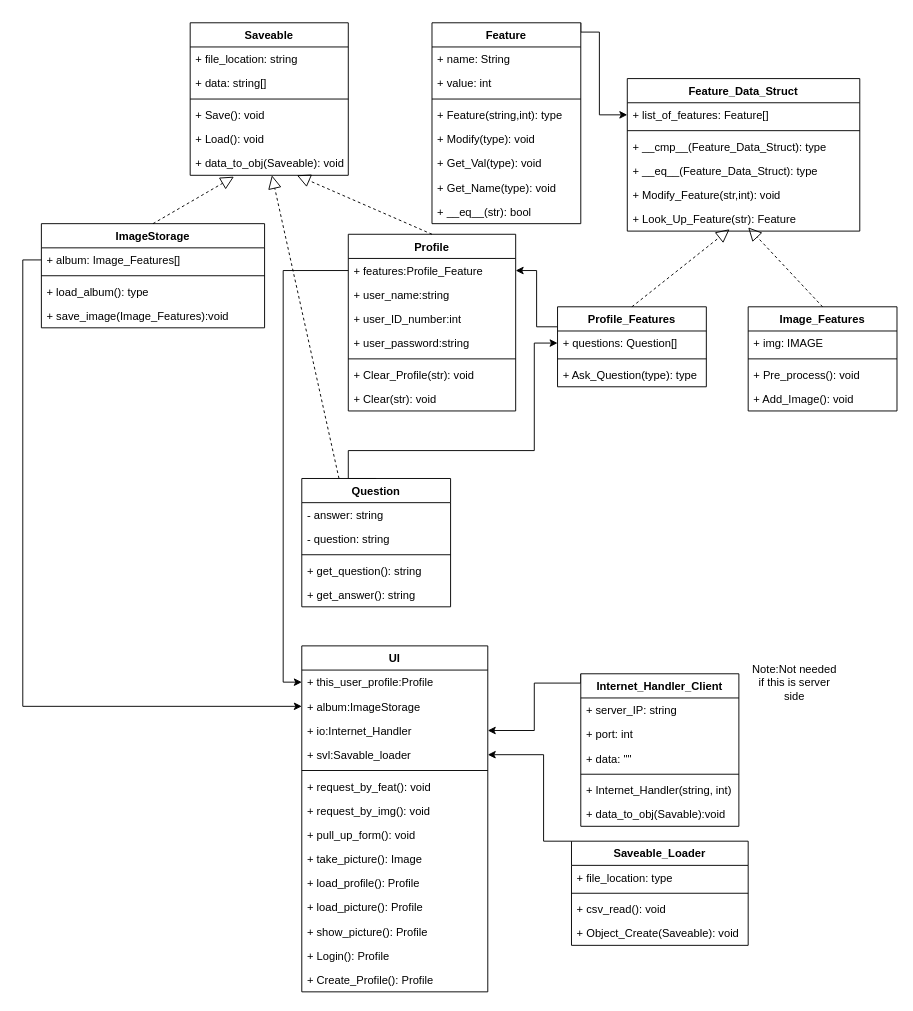
Imsandysh/ChooseFoodForMe keeps this draw.io diagram as page "Frontend" (1 of 2) of FeedMe Class Diagram.drawio. Above is the earlier version. Source tidied: cells renumbered, new cells numbered last; positions are measured from the earlier drawing's top-left corner, leaving out a move shared by most shapes. Both pictures are drawn from the tidied source at 93%, with x=0, y=0 at pixel (22, 22).
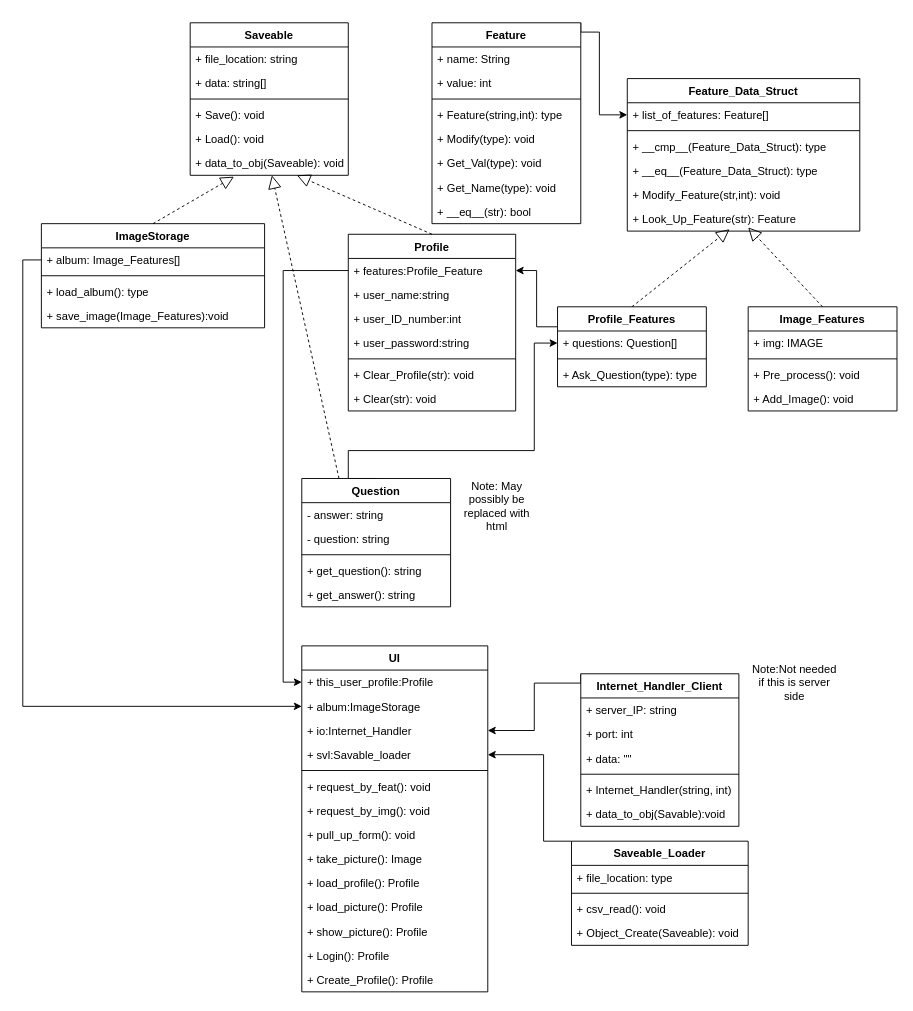
After the change.

Commit message:
Fronted FeedMe Class Diagram update.drawio

What changed in the source:
```diff
@@
+    <mxCell id="93" value="Note: May possibly be replaced with html" style="text;html=1;strokeColor=none;fillColor=none;align=center;verticalAlign=middle;whiteSpace=wrap;rounded=0;" parent="1" vertex="1">
+      <mxGeometry x="470" y="510" width="80" height="20" as="geometry" />
+    </mxCell>
```
